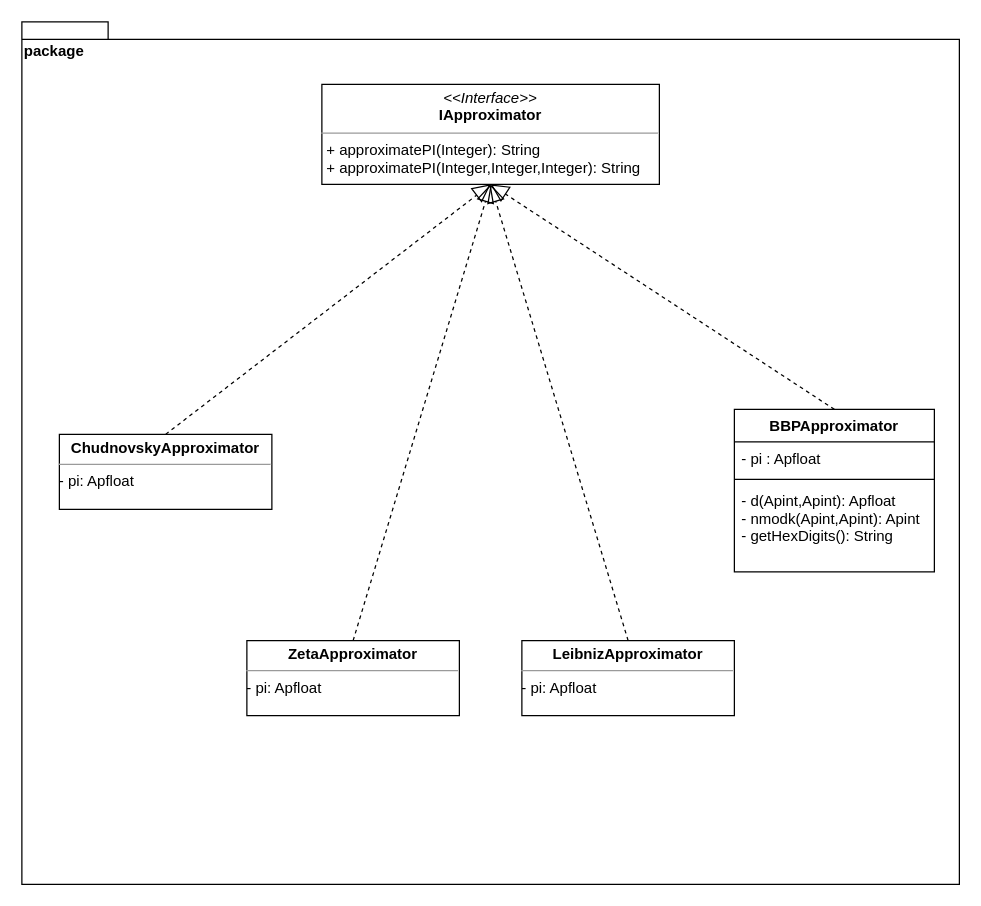
This is rgp-poc/src/main/resources/docs/templates/pi_class_diagram.drawio from gydora03/SZFM_2020_10_RGP, a draw.io file, before an edit. Source tidied: cells renumbered, new cells numbered last; positions are measured from the earlier drawing's top-left corner, leaving out a move shared by most shapes. Both pictures are drawn from the tidied source at 125%, with x=0, y=0 at pixel (21, 21).
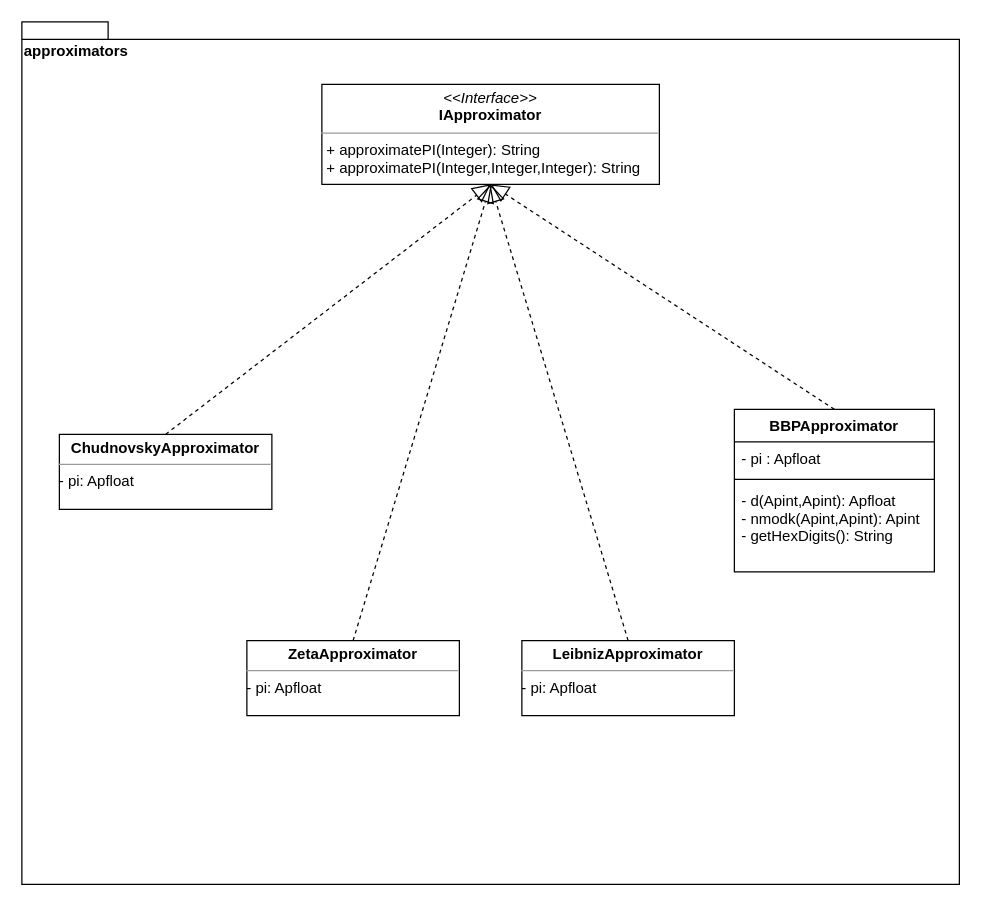
The same diagram, later.

Diff of the diagram source:
```diff
@@
 <mxGraphModel>
   <root>
     <mxCell id="0" />
     <mxCell id="1" parent="0" />
-    <mxCell id="2" value="package" style="shape=folder;fontStyle=1;spacingTop=10;tabWidth=40;tabHeight=14;tabPosition=left;html=1;align=left;verticalAlign=top;" parent="1" vertex="1">
+    <mxCell id="2" value="&lt;div&gt;approximators&lt;/div&gt;&lt;div&gt;&lt;br&gt;&lt;/div&gt;" style="shape=folder;fontStyle=1;spacingTop=10;tabWidth=40;tabHeight=14;tabPosition=left;html=1;align=left;verticalAlign=top;" parent="1" vertex="1">
       <mxGeometry width="750" height="690" as="geometry" />
     </mxCell>
     <mxCell id="3" value="&lt;p style=&quot;margin: 0px ; margin-top: 4px ; text-align: center&quot;&gt;&lt;i&gt;&amp;lt;&amp;lt;Interface&amp;gt;&amp;gt;&lt;/i&gt;&lt;br&gt;&lt;b&gt;IApproximator&lt;/b&gt;&lt;/p&gt;&lt;hr size=&quot;1&quot;&gt;&lt;p style=&quot;margin: 0px ; margin-left: 4px&quot;&gt;+ approximatePI(Integer): String&lt;/p&gt;&lt;p style=&quot;margin: 0px ; margin-left: 4px&quot;&gt;+ approximatePI(Integer,Integer,Integer): String&lt;br&gt;&lt;/p&gt;" style="verticalAlign=top;align=left;overflow=fill;fontSize=12;fontFamily=Helvetica;html=1;" parent="1" vertex="1">
       <mxGeometry x="240" y="50" width="270" height="80" as="geometry" />
     </mxCell>
     <mxCell id="4" value="&lt;p style=&quot;margin: 0px ; margin-top: 4px ; text-align: center&quot;&gt;&lt;b&gt;ChudnovskyApproximator&lt;/b&gt;&lt;/p&gt;&lt;hr size=&quot;1&quot;&gt;&lt;div style=&quot;height: 2px&quot;&gt;- pi: Apfloat&lt;br&gt;&lt;/div&gt;" style="verticalAlign=top;align=left;overflow=fill;fontSize=12;fontFamily=Helvetica;html=1;" parent="1" vertex="1">
       <mxGeometry x="30" y="330" width="170" height="60" as="geometry" />
     </mxCell>
     <mxCell id="5" value="&lt;p style=&quot;margin: 0px ; margin-top: 4px ; text-align: center&quot;&gt;&lt;b&gt;ZetaApproximator&lt;/b&gt;&lt;/p&gt;&lt;hr size=&quot;1&quot;&gt;&lt;div style=&quot;height: 2px&quot;&gt;- pi: Apfloat&lt;/div&gt;" style="verticalAlign=top;align=left;overflow=fill;fontSize=12;fontFamily=Helvetica;html=1;" parent="1" vertex="1">
       <mxGeometry x="180" y="495" width="170" height="60" as="geometry" />
     </mxCell>
     <mxCell id="6" value="&lt;p style=&quot;margin: 0px ; margin-top: 4px ; text-align: center&quot;&gt;&lt;b&gt;LeibnizApproximator&lt;/b&gt;&lt;/p&gt;&lt;hr size=&quot;1&quot;&gt;&lt;div style=&quot;height: 2px&quot;&gt;- pi: Apfloat&lt;/div&gt;" style="verticalAlign=top;align=left;overflow=fill;fontSize=12;fontFamily=Helvetica;html=1;" parent="1" vertex="1">
       <mxGeometry x="400" y="495" width="170" height="60" as="geometry" />
     </mxCell>
     <mxCell id="7" value="BBPApproximator" style="swimlane;fontStyle=1;align=center;verticalAlign=top;horizontal=1;startSize=26;" parent="1" vertex="1">
       <mxGeometry x="570" y="310" width="160" height="130" as="geometry" />
     </mxCell>
     <mxCell id="8" value="- pi : Apfloat" style="text;strokeColor=none;fillColor=none;align=left;verticalAlign=top;spacingLeft=4;spacingRight=4;overflow=hidden;" parent="7" vertex="1">
       <mxGeometry y="26" width="160" height="26" as="geometry" />
     </mxCell>
     <mxCell id="9" style="line;strokeWidth=1;fillColor=none;align=left;verticalAlign=middle;spacingTop=-1;spacingLeft=3;spacingRight=3;labelPosition=right;" parent="7" vertex="1">
       <mxGeometry y="52" width="160" height="8" as="geometry" />
     </mxCell>
     <mxCell id="10" value="- d(Apint,Apint): Apfloat&#10;- nmodk(Apint,Apint): Apint&#10;- getHexDigits(): String&#10;" style="text;strokeColor=none;fillColor=none;align=left;verticalAlign=top;spacingLeft=4;spacingRight=4;overflow=hidden;" parent="7" vertex="1">
       <mxGeometry y="60" width="160" height="70" as="geometry" />
     </mxCell>
     <mxCell id="11" style="endArrow=block;dashed=1;endFill=0;endSize=12;html=1;exitX=0.5;exitY=0;exitDx=0;exitDy=0;entryX=0.5;entryY=1;entryDx=0;entryDy=0;" parent="1" edge="1" source="4" target="3">
       <mxGeometry relative="1" as="geometry" />
     </mxCell>
     <mxCell id="12" style="endArrow=block;dashed=1;endFill=0;endSize=12;html=1;entryX=0.5;entryY=1;entryDx=0;entryDy=0;exitX=0.5;exitY=0;exitDx=0;exitDy=0;" parent="1" edge="1" source="5" target="3">
       <mxGeometry relative="1" as="geometry" />
     </mxCell>
     <mxCell id="13" style="endArrow=block;dashed=1;endFill=0;endSize=12;html=1;exitX=0.5;exitY=0;exitDx=0;exitDy=0;entryX=0.5;entryY=1;entryDx=0;entryDy=0;" parent="1" edge="1" source="6" target="3">
       <mxGeometry relative="1" as="geometry" />
     </mxCell>
     <mxCell id="14" style="endArrow=block;dashed=1;endFill=0;endSize=12;html=1;exitX=0.5;exitY=0;exitDx=0;exitDy=0;entryX=0.5;entryY=1;entryDx=0;entryDy=0;" parent="1" edge="1" source="7" target="3">
       <mxGeometry relative="1" as="geometry" />
     </mxCell>
   </root>
 </mxGraphModel>
```
